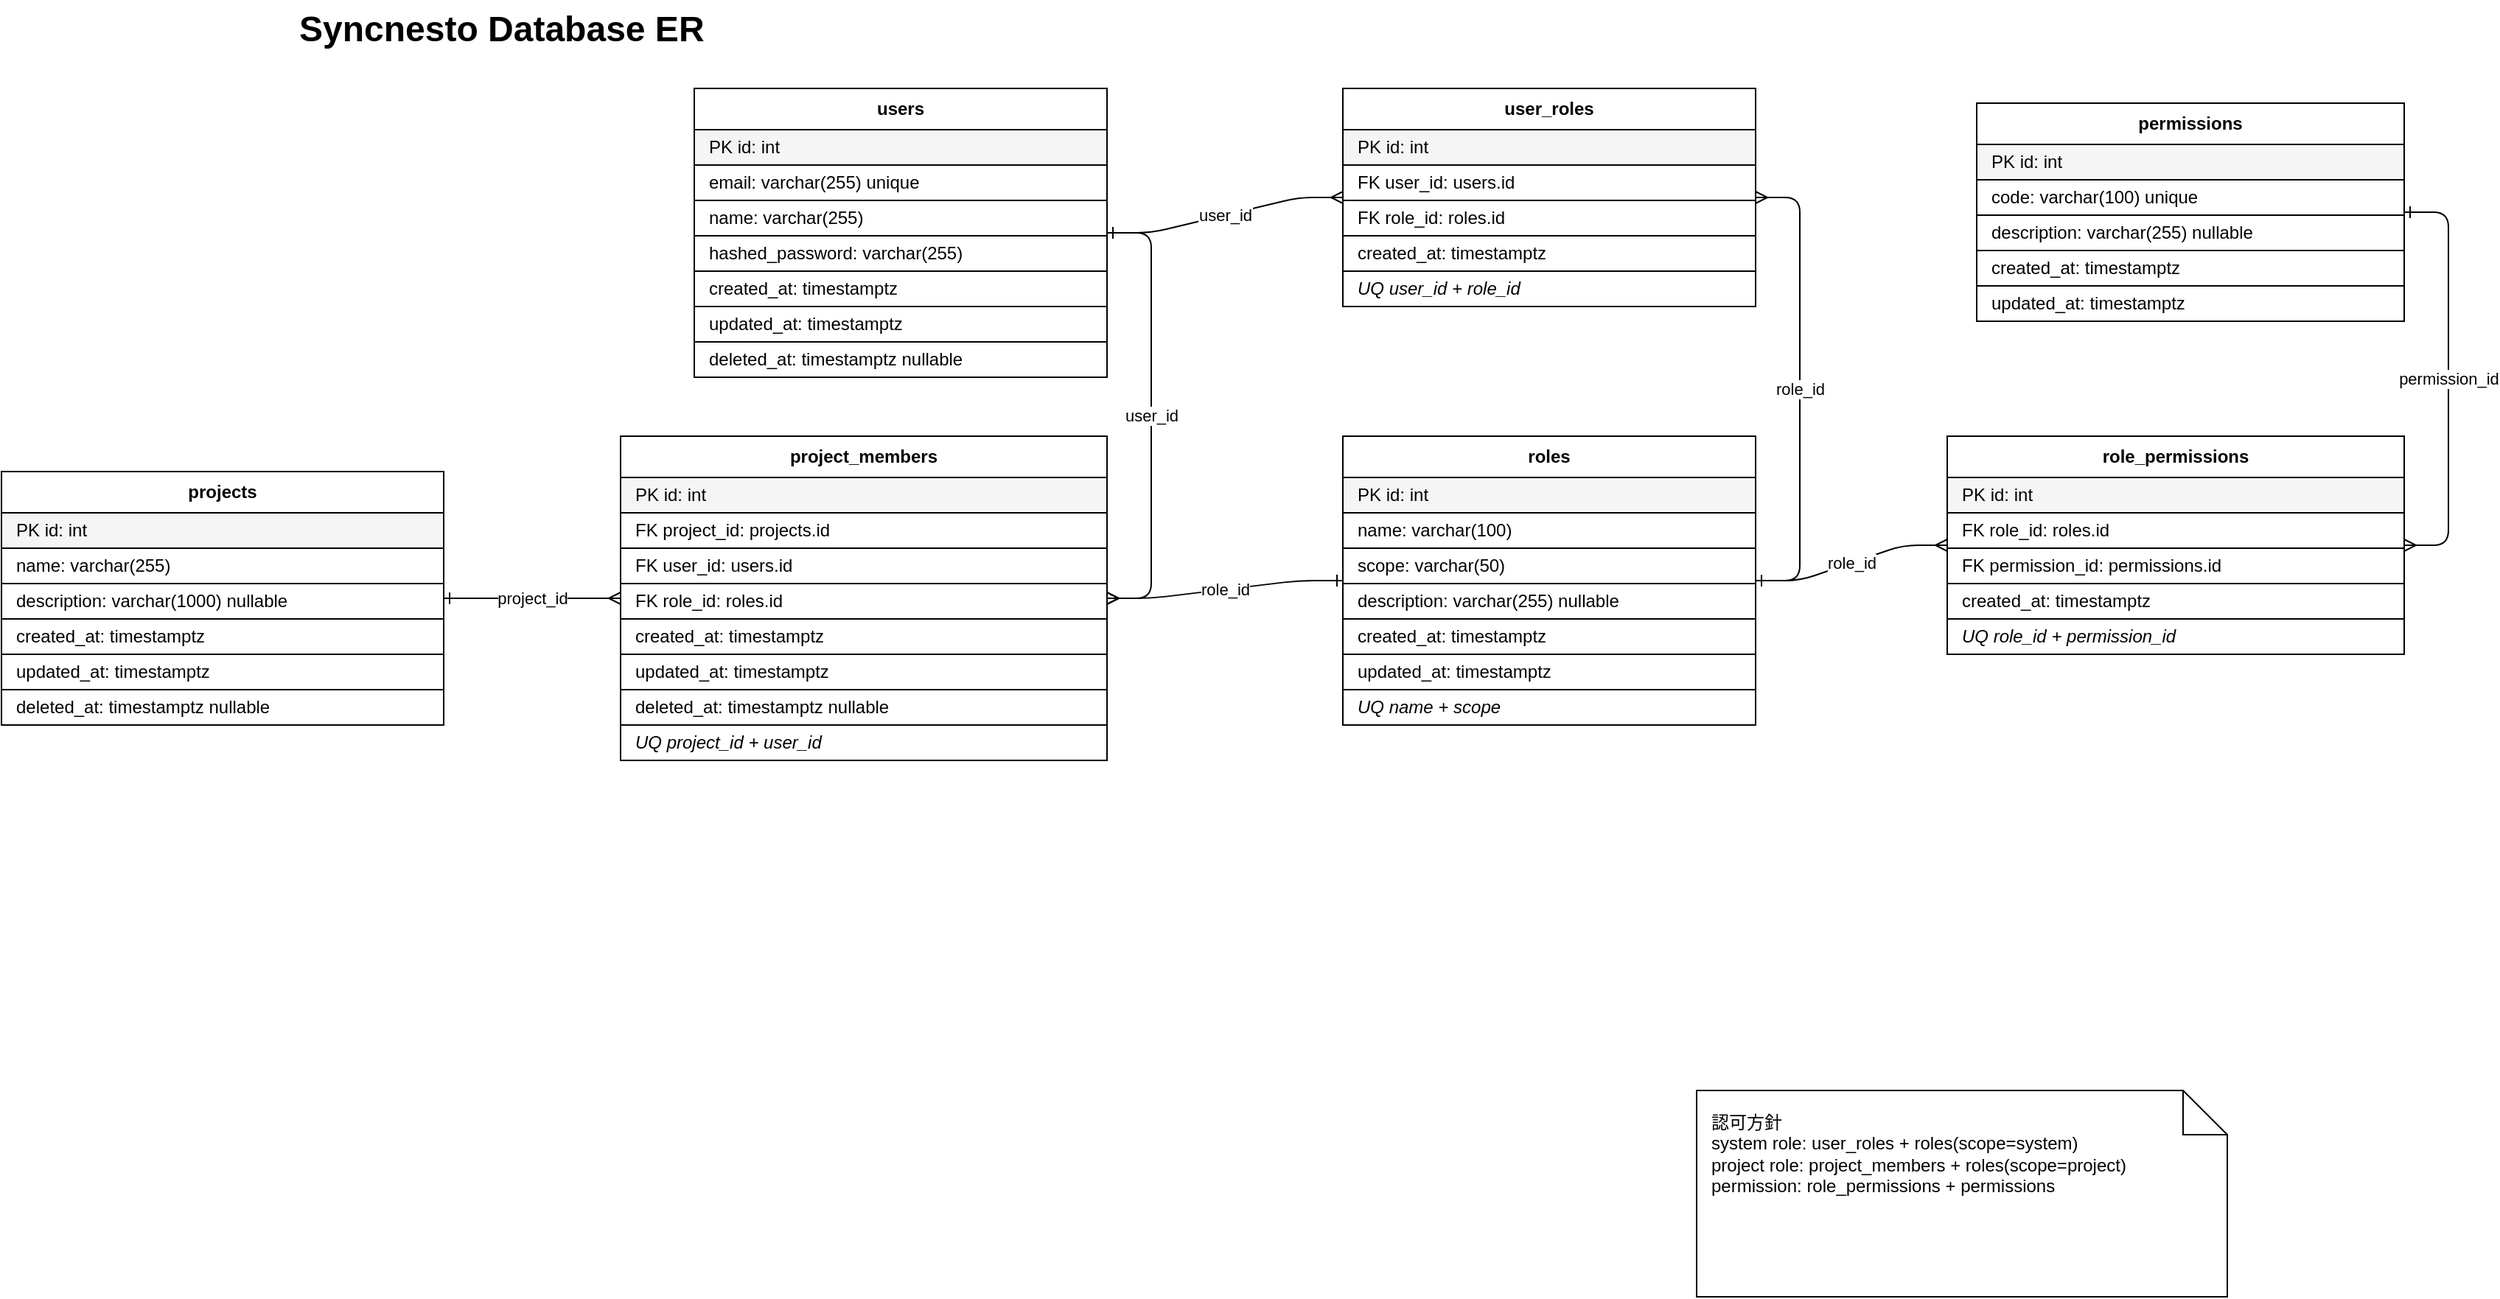
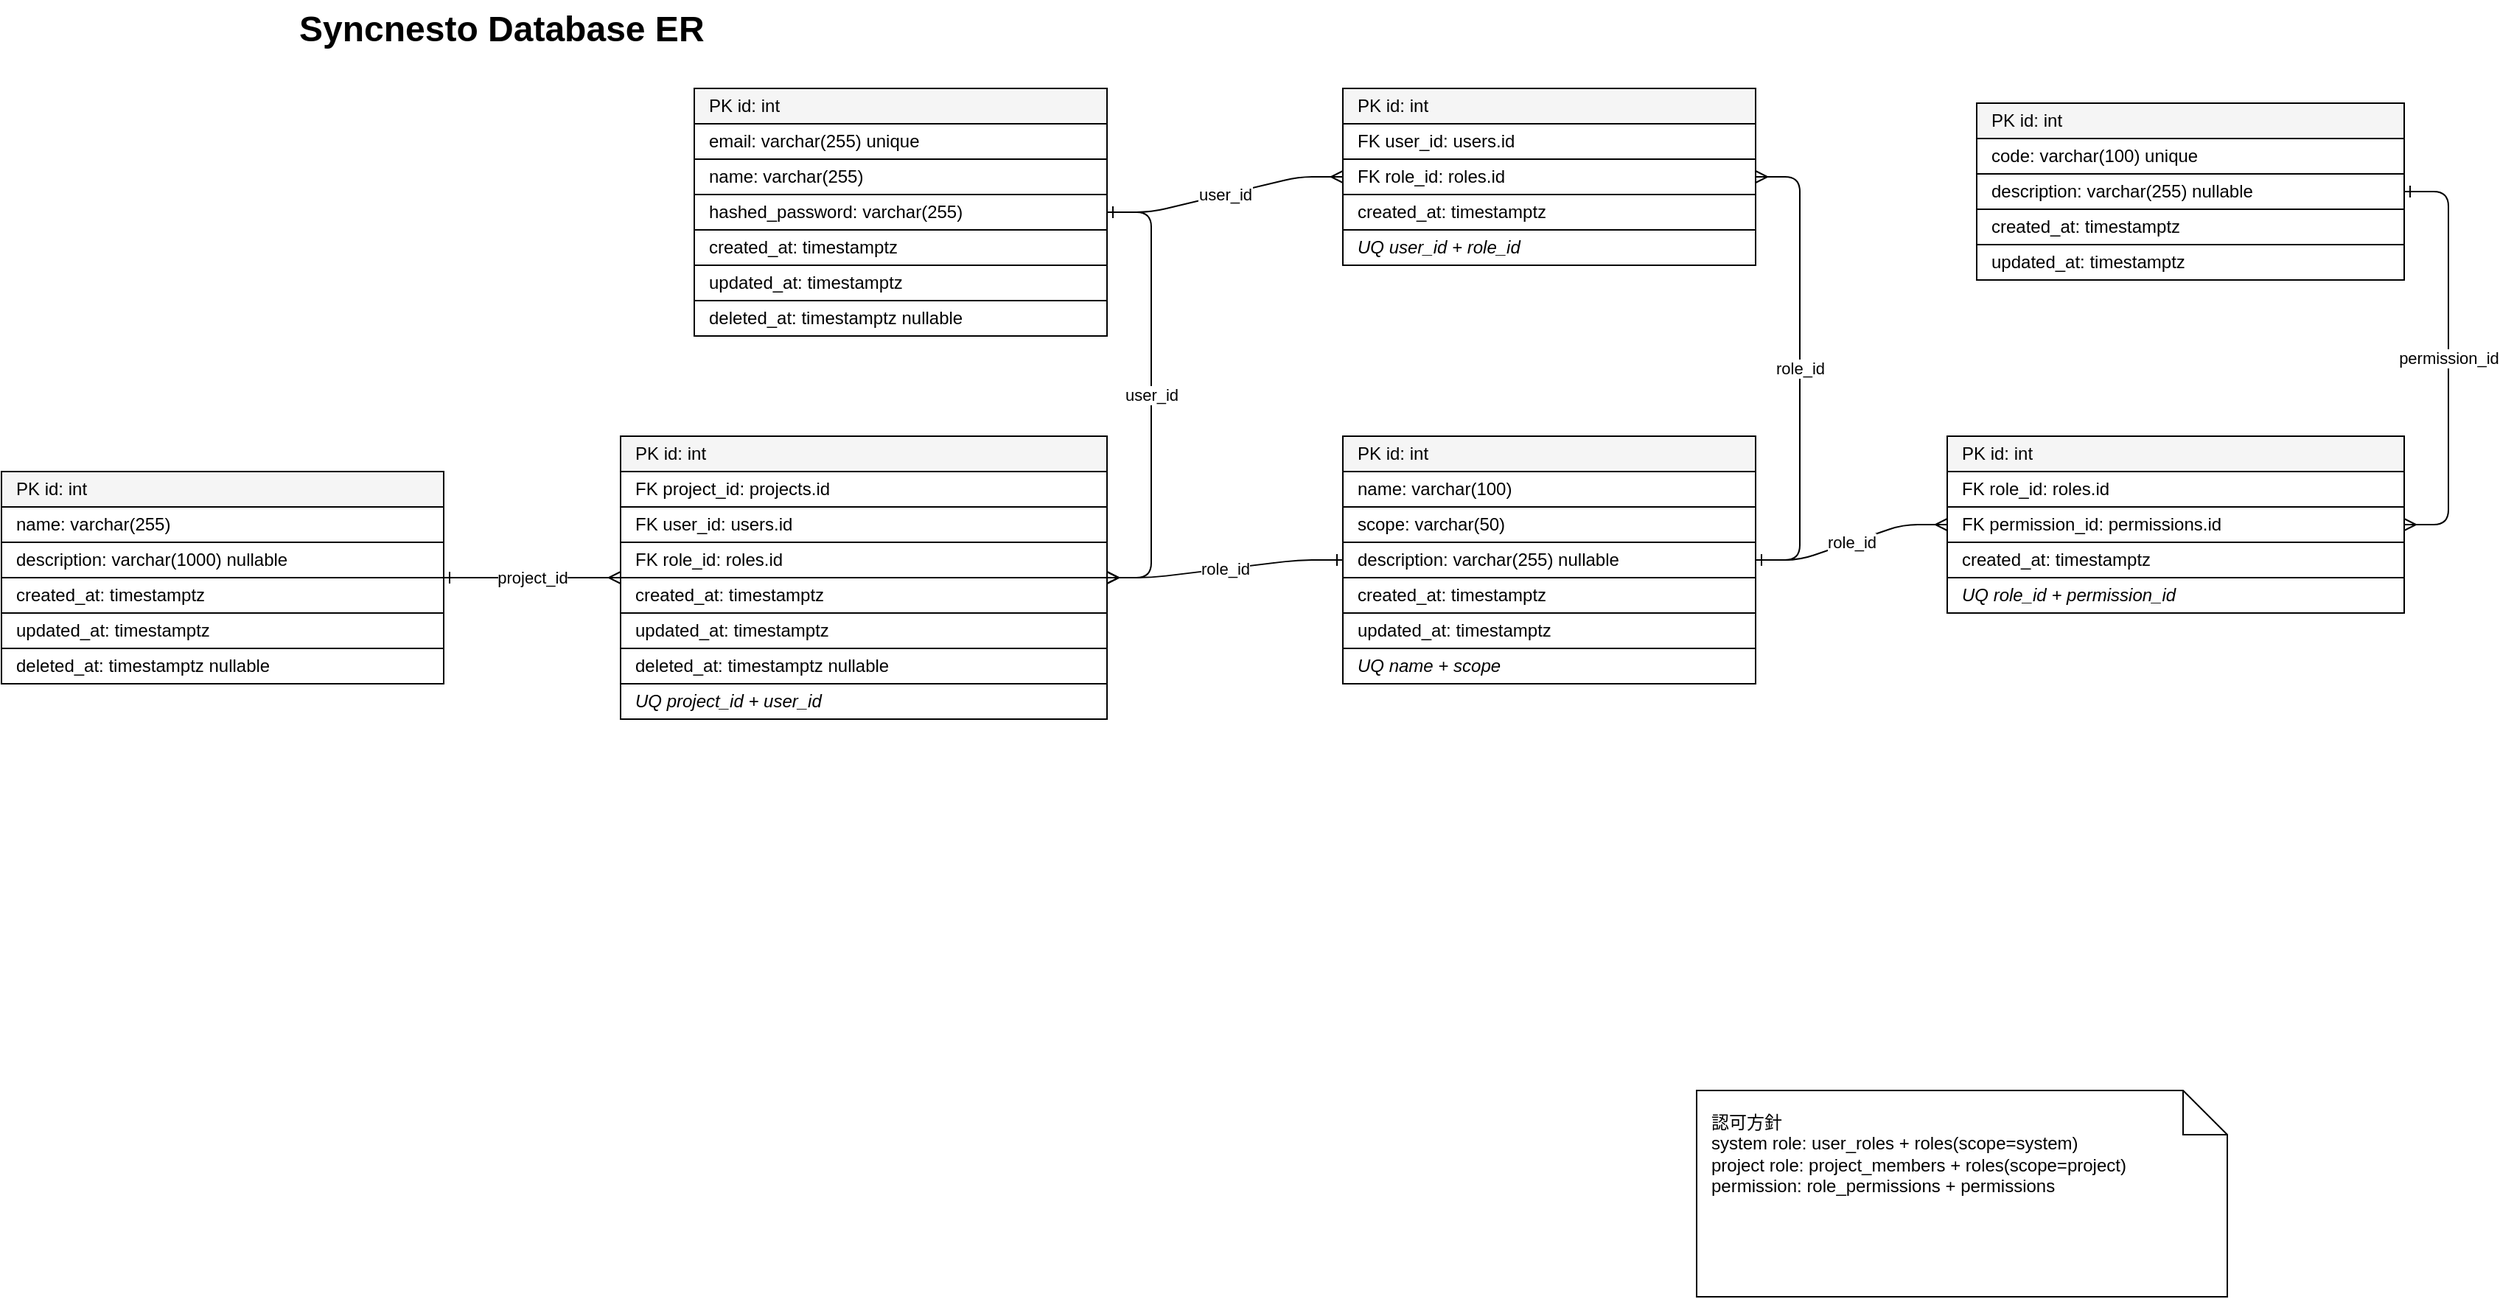
<mxfile host="Electron" agent="Codex">
  <diagram id="syncnesto-database-er" name="Syncnesto Database ER">
-     <mxGraphModel dx="2830" dy="739" grid="1" gridSize="10" guides="1" tooltips="1" connect="1" arrows="1" fold="1" page="1" pageScale="1" pageWidth="1600" pageHeight="1000" math="0" shadow="0" adaptiveColors="auto">
+     <mxGraphModel dx="4428" dy="1700" grid="1" gridSize="10" guides="1" tooltips="1" connect="1" arrows="1" fold="1" page="1" pageScale="1" pageWidth="1600" pageHeight="1000" math="0" shadow="0" adaptiveColors="auto">
      <root>
        <mxCell id="0" />
        <mxCell id="1" parent="0" />
        <mxCell id="title" parent="1" style="text;html=1;strokeColor=none;fillColor=none;align=left;verticalAlign=middle;whiteSpace=wrap;rounded=0;fontSize=24;fontStyle=1;fontColor=#000000;" value="Syncnesto Database ER" vertex="1">
          <mxGeometry height="40" width="360" x="40" y="20" as="geometry" />
        </mxCell>
        <mxCell id="users" parent="1" style="swimlane;fontStyle=1;align=center;childLayout=stackLayout;horizontal=1;startSize=28;horizontalStack=0;resizeParent=1;resizeParentMax=0;resizeLast=0;collapsible=1;marginBottom=0;whiteSpace=wrap;html=1;rounded=0;fillColor=#ffffff;strokeColor=#000000;fontColor=#000000;" value="users" vertex="1">
-           <mxGeometry height="196" width="280" x="310" y="80" as="geometry" />
+           <mxGeometry height="168" width="280" x="310" y="80" as="geometry" />
        </mxCell>
        <mxCell id="users_id" parent="users" style="text;strokeColor=#000000;fillColor=#f5f5f5;align=left;verticalAlign=middle;spacingLeft=8;whiteSpace=wrap;html=1;resizable=0;" value="PK id: int" vertex="1">
-           <mxGeometry height="24" width="280" y="28" as="geometry" />
+           <mxGeometry height="24" width="280" as="geometry" />
        </mxCell>
        <mxCell id="users_email" parent="users" style="text;strokeColor=#000000;fillColor=#ffffff;align=left;verticalAlign=middle;spacingLeft=8;whiteSpace=wrap;html=1;resizable=0;" value="email: varchar(255) unique" vertex="1">
-           <mxGeometry height="24" width="280" y="52" as="geometry" />
+           <mxGeometry height="24" width="280" y="24" as="geometry" />
        </mxCell>
        <mxCell id="users_name" parent="users" style="text;strokeColor=#000000;fillColor=#ffffff;align=left;verticalAlign=middle;spacingLeft=8;whiteSpace=wrap;html=1;resizable=0;" value="name: varchar(255)" vertex="1">
-           <mxGeometry height="24" width="280" y="76" as="geometry" />
+           <mxGeometry height="24" width="280" y="48" as="geometry" />
        </mxCell>
        <mxCell id="users_hashed_password" parent="users" style="text;strokeColor=#000000;fillColor=#ffffff;align=left;verticalAlign=middle;spacingLeft=8;whiteSpace=wrap;html=1;resizable=0;" value="hashed_password: varchar(255)" vertex="1">
-           <mxGeometry height="24" width="280" y="100" as="geometry" />
+           <mxGeometry height="24" width="280" y="72" as="geometry" />
        </mxCell>
        <mxCell id="users_created_at" parent="users" style="text;strokeColor=#000000;fillColor=#ffffff;align=left;verticalAlign=middle;spacingLeft=8;whiteSpace=wrap;html=1;resizable=0;" value="created_at: timestamptz" vertex="1">
-           <mxGeometry height="24" width="280" y="124" as="geometry" />
+           <mxGeometry height="24" width="280" y="96" as="geometry" />
        </mxCell>
        <mxCell id="users_updated_at" parent="users" style="text;strokeColor=#000000;fillColor=#ffffff;align=left;verticalAlign=middle;spacingLeft=8;whiteSpace=wrap;html=1;resizable=0;" value="updated_at: timestamptz" vertex="1">
-           <mxGeometry height="24" width="280" y="148" as="geometry" />
+           <mxGeometry height="24" width="280" y="120" as="geometry" />
        </mxCell>
        <mxCell id="users_deleted_at" parent="users" style="text;strokeColor=#000000;fillColor=#ffffff;align=left;verticalAlign=middle;spacingLeft=8;whiteSpace=wrap;html=1;resizable=0;" value="deleted_at: timestamptz nullable" vertex="1">
-           <mxGeometry height="24" width="280" y="172" as="geometry" />
+           <mxGeometry height="24" width="280" y="144" as="geometry" />
        </mxCell>
        <mxCell id="roles" parent="1" style="swimlane;fontStyle=1;align=center;childLayout=stackLayout;horizontal=1;startSize=28;horizontalStack=0;resizeParent=1;resizeParentMax=0;resizeLast=0;collapsible=1;marginBottom=0;whiteSpace=wrap;html=1;rounded=0;fillColor=#ffffff;strokeColor=#000000;fontColor=#000000;" value="roles" vertex="1">
-           <mxGeometry height="196" width="280" x="750" y="316" as="geometry" />
+           <mxGeometry height="168" width="280" x="750" y="316" as="geometry" />
        </mxCell>
        <mxCell id="roles_id" parent="roles" style="text;strokeColor=#000000;fillColor=#f5f5f5;align=left;verticalAlign=middle;spacingLeft=8;whiteSpace=wrap;html=1;resizable=0;" value="PK id: int" vertex="1">
-           <mxGeometry height="24" width="280" y="28" as="geometry" />
+           <mxGeometry height="24" width="280" as="geometry" />
        </mxCell>
        <mxCell id="roles_name" parent="roles" style="text;strokeColor=#000000;fillColor=#ffffff;align=left;verticalAlign=middle;spacingLeft=8;whiteSpace=wrap;html=1;resizable=0;" value="name: varchar(100)" vertex="1">
-           <mxGeometry height="24" width="280" y="52" as="geometry" />
+           <mxGeometry height="24" width="280" y="24" as="geometry" />
        </mxCell>
        <mxCell id="roles_scope" parent="roles" style="text;strokeColor=#000000;fillColor=#ffffff;align=left;verticalAlign=middle;spacingLeft=8;whiteSpace=wrap;html=1;resizable=0;" value="scope: varchar(50)" vertex="1">
-           <mxGeometry height="24" width="280" y="76" as="geometry" />
+           <mxGeometry height="24" width="280" y="48" as="geometry" />
        </mxCell>
        <mxCell id="roles_description" parent="roles" style="text;strokeColor=#000000;fillColor=#ffffff;align=left;verticalAlign=middle;spacingLeft=8;whiteSpace=wrap;html=1;resizable=0;" value="description: varchar(255) nullable" vertex="1">
-           <mxGeometry height="24" width="280" y="100" as="geometry" />
+           <mxGeometry height="24" width="280" y="72" as="geometry" />
        </mxCell>
        <mxCell id="roles_created_at" parent="roles" style="text;strokeColor=#000000;fillColor=#ffffff;align=left;verticalAlign=middle;spacingLeft=8;whiteSpace=wrap;html=1;resizable=0;" value="created_at: timestamptz" vertex="1">
-           <mxGeometry height="24" width="280" y="124" as="geometry" />
+           <mxGeometry height="24" width="280" y="96" as="geometry" />
        </mxCell>
        <mxCell id="roles_updated_at" parent="roles" style="text;strokeColor=#000000;fillColor=#ffffff;align=left;verticalAlign=middle;spacingLeft=8;whiteSpace=wrap;html=1;resizable=0;" value="updated_at: timestamptz" vertex="1">
-           <mxGeometry height="24" width="280" y="148" as="geometry" />
+           <mxGeometry height="24" width="280" y="120" as="geometry" />
        </mxCell>
        <mxCell id="roles_uq" parent="roles" style="text;strokeColor=#000000;fillColor=#ffffff;align=left;verticalAlign=middle;spacingLeft=8;whiteSpace=wrap;html=1;resizable=0;fontStyle=2;" value="UQ name + scope" vertex="1">
-           <mxGeometry height="24" width="280" y="172" as="geometry" />
+           <mxGeometry height="24" width="280" y="144" as="geometry" />
        </mxCell>
        <mxCell id="permissions" parent="1" style="swimlane;fontStyle=1;align=center;childLayout=stackLayout;horizontal=1;startSize=28;horizontalStack=0;resizeParent=1;resizeParentMax=0;resizeLast=0;collapsible=1;marginBottom=0;whiteSpace=wrap;html=1;rounded=0;fillColor=#ffffff;strokeColor=#000000;fontColor=#000000;" value="permissions" vertex="1">
-           <mxGeometry height="148" width="290" x="1180" y="90" as="geometry" />
+           <mxGeometry height="120" width="290" x="1180" y="90" as="geometry" />
        </mxCell>
        <mxCell id="permissions_id" parent="permissions" style="text;strokeColor=#000000;fillColor=#f5f5f5;align=left;verticalAlign=middle;spacingLeft=8;whiteSpace=wrap;html=1;resizable=0;" value="PK id: int" vertex="1">
-           <mxGeometry height="24" width="290" y="28" as="geometry" />
+           <mxGeometry height="24" width="290" as="geometry" />
        </mxCell>
        <mxCell id="permissions_code" parent="permissions" style="text;strokeColor=#000000;fillColor=#ffffff;align=left;verticalAlign=middle;spacingLeft=8;whiteSpace=wrap;html=1;resizable=0;" value="code: varchar(100) unique" vertex="1">
-           <mxGeometry height="24" width="290" y="52" as="geometry" />
+           <mxGeometry height="24" width="290" y="24" as="geometry" />
        </mxCell>
        <mxCell id="permissions_description" parent="permissions" style="text;strokeColor=#000000;fillColor=#ffffff;align=left;verticalAlign=middle;spacingLeft=8;whiteSpace=wrap;html=1;resizable=0;" value="description: varchar(255) nullable" vertex="1">
-           <mxGeometry height="24" width="290" y="76" as="geometry" />
+           <mxGeometry height="24" width="290" y="48" as="geometry" />
        </mxCell>
        <mxCell id="permissions_created_at" parent="permissions" style="text;strokeColor=#000000;fillColor=#ffffff;align=left;verticalAlign=middle;spacingLeft=8;whiteSpace=wrap;html=1;resizable=0;" value="created_at: timestamptz" vertex="1">
-           <mxGeometry height="24" width="290" y="100" as="geometry" />
+           <mxGeometry height="24" width="290" y="72" as="geometry" />
        </mxCell>
        <mxCell id="permissions_updated_at" parent="permissions" style="text;strokeColor=#000000;fillColor=#ffffff;align=left;verticalAlign=middle;spacingLeft=8;whiteSpace=wrap;html=1;resizable=0;" value="updated_at: timestamptz" vertex="1">
-           <mxGeometry height="24" width="290" y="124" as="geometry" />
+           <mxGeometry height="24" width="290" y="96" as="geometry" />
        </mxCell>
        <mxCell id="user_roles" parent="1" style="swimlane;fontStyle=1;align=center;childLayout=stackLayout;horizontal=1;startSize=28;horizontalStack=0;resizeParent=1;resizeParentMax=0;resizeLast=0;collapsible=1;marginBottom=0;whiteSpace=wrap;html=1;rounded=0;fillColor=#ffffff;strokeColor=#000000;fontColor=#000000;" value="user_roles" vertex="1">
-           <mxGeometry height="148" width="280" x="750" y="80" as="geometry" />
+           <mxGeometry height="120" width="280" x="750" y="80" as="geometry" />
        </mxCell>
        <mxCell id="user_roles_id" parent="user_roles" style="text;strokeColor=#000000;fillColor=#f5f5f5;align=left;verticalAlign=middle;spacingLeft=8;whiteSpace=wrap;html=1;resizable=0;" value="PK id: int" vertex="1">
-           <mxGeometry height="24" width="280" y="28" as="geometry" />
+           <mxGeometry height="24" width="280" as="geometry" />
        </mxCell>
        <mxCell id="user_roles_user_id" parent="user_roles" style="text;strokeColor=#000000;fillColor=#ffffff;align=left;verticalAlign=middle;spacingLeft=8;whiteSpace=wrap;html=1;resizable=0;" value="FK user_id: users.id" vertex="1">
-           <mxGeometry height="24" width="280" y="52" as="geometry" />
+           <mxGeometry height="24" width="280" y="24" as="geometry" />
        </mxCell>
        <mxCell id="user_roles_role_id" parent="user_roles" style="text;strokeColor=#000000;fillColor=#ffffff;align=left;verticalAlign=middle;spacingLeft=8;whiteSpace=wrap;html=1;resizable=0;" value="FK role_id: roles.id" vertex="1">
-           <mxGeometry height="24" width="280" y="76" as="geometry" />
+           <mxGeometry height="24" width="280" y="48" as="geometry" />
        </mxCell>
        <mxCell id="user_roles_created_at" parent="user_roles" style="text;strokeColor=#000000;fillColor=#ffffff;align=left;verticalAlign=middle;spacingLeft=8;whiteSpace=wrap;html=1;resizable=0;" value="created_at: timestamptz" vertex="1">
-           <mxGeometry height="24" width="280" y="100" as="geometry" />
+           <mxGeometry height="24" width="280" y="72" as="geometry" />
        </mxCell>
        <mxCell id="user_roles_uq" parent="user_roles" style="text;strokeColor=#000000;fillColor=#ffffff;align=left;verticalAlign=middle;spacingLeft=8;whiteSpace=wrap;html=1;resizable=0;fontStyle=2;" value="UQ user_id + role_id" vertex="1">
-           <mxGeometry height="24" width="280" y="124" as="geometry" />
+           <mxGeometry height="24" width="280" y="96" as="geometry" />
        </mxCell>
        <mxCell id="role_permissions" parent="1" style="swimlane;fontStyle=1;align=center;childLayout=stackLayout;horizontal=1;startSize=28;horizontalStack=0;resizeParent=1;resizeParentMax=0;resizeLast=0;collapsible=1;marginBottom=0;whiteSpace=wrap;html=1;rounded=0;fillColor=#ffffff;strokeColor=#000000;fontColor=#000000;" value="role_permissions" vertex="1">
-           <mxGeometry height="148" width="310" x="1160" y="316" as="geometry" />
+           <mxGeometry height="120" width="310" x="1160" y="316" as="geometry" />
        </mxCell>
        <mxCell id="role_permissions_id" parent="role_permissions" style="text;strokeColor=#000000;fillColor=#f5f5f5;align=left;verticalAlign=middle;spacingLeft=8;whiteSpace=wrap;html=1;resizable=0;" value="PK id: int" vertex="1">
-           <mxGeometry height="24" width="310" y="28" as="geometry" />
+           <mxGeometry height="24" width="310" as="geometry" />
        </mxCell>
        <mxCell id="role_permissions_role_id" parent="role_permissions" style="text;strokeColor=#000000;fillColor=#ffffff;align=left;verticalAlign=middle;spacingLeft=8;whiteSpace=wrap;html=1;resizable=0;" value="FK role_id: roles.id" vertex="1">
-           <mxGeometry height="24" width="310" y="52" as="geometry" />
+           <mxGeometry height="24" width="310" y="24" as="geometry" />
        </mxCell>
        <mxCell id="role_permissions_permission_id" parent="role_permissions" style="text;strokeColor=#000000;fillColor=#ffffff;align=left;verticalAlign=middle;spacingLeft=8;whiteSpace=wrap;html=1;resizable=0;" value="FK permission_id: permissions.id" vertex="1">
-           <mxGeometry height="24" width="310" y="76" as="geometry" />
+           <mxGeometry height="24" width="310" y="48" as="geometry" />
        </mxCell>
        <mxCell id="role_permissions_created_at" parent="role_permissions" style="text;strokeColor=#000000;fillColor=#ffffff;align=left;verticalAlign=middle;spacingLeft=8;whiteSpace=wrap;html=1;resizable=0;" value="created_at: timestamptz" vertex="1">
-           <mxGeometry height="24" width="310" y="100" as="geometry" />
+           <mxGeometry height="24" width="310" y="72" as="geometry" />
        </mxCell>
        <mxCell id="role_permissions_uq" parent="role_permissions" style="text;strokeColor=#000000;fillColor=#ffffff;align=left;verticalAlign=middle;spacingLeft=8;whiteSpace=wrap;html=1;resizable=0;fontStyle=2;" value="UQ role_id + permission_id" vertex="1">
-           <mxGeometry height="24" width="310" y="124" as="geometry" />
+           <mxGeometry height="24" width="310" y="96" as="geometry" />
        </mxCell>
        <mxCell id="projects" parent="1" style="swimlane;fontStyle=1;align=center;childLayout=stackLayout;horizontal=1;startSize=28;horizontalStack=0;resizeParent=1;resizeParentMax=0;resizeLast=0;collapsible=1;marginBottom=0;whiteSpace=wrap;html=1;rounded=0;fillColor=#ffffff;strokeColor=#000000;fontColor=#000000;" value="projects" vertex="1">
-           <mxGeometry height="172" width="300" x="-160" y="340" as="geometry" />
+           <mxGeometry height="144" width="300" x="-160" y="340" as="geometry" />
        </mxCell>
        <mxCell id="projects_id" parent="projects" style="text;strokeColor=#000000;fillColor=#f5f5f5;align=left;verticalAlign=middle;spacingLeft=8;whiteSpace=wrap;html=1;resizable=0;" value="PK id: int" vertex="1">
-           <mxGeometry height="24" width="300" y="28" as="geometry" />
+           <mxGeometry height="24" width="300" as="geometry" />
        </mxCell>
        <mxCell id="projects_name" parent="projects" style="text;strokeColor=#000000;fillColor=#ffffff;align=left;verticalAlign=middle;spacingLeft=8;whiteSpace=wrap;html=1;resizable=0;" value="name: varchar(255)" vertex="1">
-           <mxGeometry height="24" width="300" y="52" as="geometry" />
+           <mxGeometry height="24" width="300" y="24" as="geometry" />
        </mxCell>
        <mxCell id="projects_description" parent="projects" style="text;strokeColor=#000000;fillColor=#ffffff;align=left;verticalAlign=middle;spacingLeft=8;whiteSpace=wrap;html=1;resizable=0;" value="description: varchar(1000) nullable" vertex="1">
-           <mxGeometry height="24" width="300" y="76" as="geometry" />
+           <mxGeometry height="24" width="300" y="48" as="geometry" />
        </mxCell>
        <mxCell id="projects_created_at" parent="projects" style="text;strokeColor=#000000;fillColor=#ffffff;align=left;verticalAlign=middle;spacingLeft=8;whiteSpace=wrap;html=1;resizable=0;" value="created_at: timestamptz" vertex="1">
-           <mxGeometry height="24" width="300" y="100" as="geometry" />
+           <mxGeometry height="24" width="300" y="72" as="geometry" />
        </mxCell>
        <mxCell id="projects_updated_at" parent="projects" style="text;strokeColor=#000000;fillColor=#ffffff;align=left;verticalAlign=middle;spacingLeft=8;whiteSpace=wrap;html=1;resizable=0;" value="updated_at: timestamptz" vertex="1">
-           <mxGeometry height="24" width="300" y="124" as="geometry" />
+           <mxGeometry height="24" width="300" y="96" as="geometry" />
        </mxCell>
        <mxCell id="projects_deleted_at" parent="projects" style="text;strokeColor=#000000;fillColor=#ffffff;align=left;verticalAlign=middle;spacingLeft=8;whiteSpace=wrap;html=1;resizable=0;" value="deleted_at: timestamptz nullable" vertex="1">
-           <mxGeometry height="24" width="300" y="148" as="geometry" />
+           <mxGeometry height="24" width="300" y="120" as="geometry" />
        </mxCell>
        <mxCell id="project_members" parent="1" style="swimlane;fontStyle=1;align=center;childLayout=stackLayout;horizontal=1;startSize=28;horizontalStack=0;resizeParent=1;resizeParentMax=0;resizeLast=0;collapsible=1;marginBottom=0;whiteSpace=wrap;html=1;rounded=0;fillColor=#ffffff;strokeColor=#000000;fontColor=#000000;" value="project_members" vertex="1">
-           <mxGeometry height="220" width="330" x="260" y="316" as="geometry" />
+           <mxGeometry height="192" width="330" x="260" y="316" as="geometry" />
        </mxCell>
        <mxCell id="project_members_id" parent="project_members" style="text;strokeColor=#000000;fillColor=#f5f5f5;align=left;verticalAlign=middle;spacingLeft=8;whiteSpace=wrap;html=1;resizable=0;" value="PK id: int" vertex="1">
-           <mxGeometry height="24" width="330" y="28" as="geometry" />
+           <mxGeometry height="24" width="330" as="geometry" />
        </mxCell>
        <mxCell id="project_members_project_id" parent="project_members" style="text;strokeColor=#000000;fillColor=#ffffff;align=left;verticalAlign=middle;spacingLeft=8;whiteSpace=wrap;html=1;resizable=0;" value="FK project_id: projects.id" vertex="1">
-           <mxGeometry height="24" width="330" y="52" as="geometry" />
+           <mxGeometry height="24" width="330" y="24" as="geometry" />
        </mxCell>
        <mxCell id="project_members_user_id" parent="project_members" style="text;strokeColor=#000000;fillColor=#ffffff;align=left;verticalAlign=middle;spacingLeft=8;whiteSpace=wrap;html=1;resizable=0;" value="FK user_id: users.id" vertex="1">
-           <mxGeometry height="24" width="330" y="76" as="geometry" />
+           <mxGeometry height="24" width="330" y="48" as="geometry" />
        </mxCell>
        <mxCell id="project_members_role_id" parent="project_members" style="text;strokeColor=#000000;fillColor=#ffffff;align=left;verticalAlign=middle;spacingLeft=8;whiteSpace=wrap;html=1;resizable=0;" value="FK role_id: roles.id" vertex="1">
-           <mxGeometry height="24" width="330" y="100" as="geometry" />
+           <mxGeometry height="24" width="330" y="72" as="geometry" />
        </mxCell>
        <mxCell id="project_members_created_at" parent="project_members" style="text;strokeColor=#000000;fillColor=#ffffff;align=left;verticalAlign=middle;spacingLeft=8;whiteSpace=wrap;html=1;resizable=0;" value="created_at: timestamptz" vertex="1">
-           <mxGeometry height="24" width="330" y="124" as="geometry" />
+           <mxGeometry height="24" width="330" y="96" as="geometry" />
        </mxCell>
        <mxCell id="project_members_updated_at" parent="project_members" style="text;strokeColor=#000000;fillColor=#ffffff;align=left;verticalAlign=middle;spacingLeft=8;whiteSpace=wrap;html=1;resizable=0;" value="updated_at: timestamptz" vertex="1">
-           <mxGeometry height="24" width="330" y="148" as="geometry" />
+           <mxGeometry height="24" width="330" y="120" as="geometry" />
        </mxCell>
        <mxCell id="project_members_deleted_at" parent="project_members" style="text;strokeColor=#000000;fillColor=#ffffff;align=left;verticalAlign=middle;spacingLeft=8;whiteSpace=wrap;html=1;resizable=0;" value="deleted_at: timestamptz nullable" vertex="1">
-           <mxGeometry height="24" width="330" y="172" as="geometry" />
+           <mxGeometry height="24" width="330" y="144" as="geometry" />
        </mxCell>
        <mxCell id="project_members_uq" parent="project_members" style="text;strokeColor=#000000;fillColor=#ffffff;align=left;verticalAlign=middle;spacingLeft=8;whiteSpace=wrap;html=1;resizable=0;fontStyle=2;" value="UQ project_id + user_id" vertex="1">
-           <mxGeometry height="24" width="330" y="196" as="geometry" />
+           <mxGeometry height="24" width="330" y="168" as="geometry" />
        </mxCell>
        <mxCell id="note" parent="1" style="shape=note;whiteSpace=wrap;html=1;align=left;verticalAlign=top;spacing=10;fillColor=#ffffff;strokeColor=#000000;fontColor=#000000;" value="認可方針&lt;br&gt;system role: user_roles + roles(scope=system)&lt;br&gt;project role: project_members + roles(scope=project)&lt;br&gt;permission: role_permissions + permissions" vertex="1">
          <mxGeometry height="140" width="360" x="990" y="760" as="geometry" />
        </mxCell>
        <mxCell id="e_user_roles_users" edge="1" parent="1" source="user_roles" style="edgeStyle=entityRelationEdgeStyle;html=1;rounded=1;endArrow=ERone;startArrow=ERmany;strokeColor=#000000;" target="users" value="user_id">
          <mxGeometry relative="1" as="geometry" />
        </mxCell>
        <mxCell id="e_user_roles_roles" edge="1" parent="1" source="user_roles" style="edgeStyle=entityRelationEdgeStyle;html=1;rounded=1;endArrow=ERone;startArrow=ERmany;strokeColor=#000000;" target="roles" value="role_id">
          <mxGeometry relative="1" as="geometry" />
        </mxCell>
        <mxCell id="e_role_permissions_roles" edge="1" parent="1" source="role_permissions" style="edgeStyle=entityRelationEdgeStyle;html=1;rounded=1;endArrow=ERone;startArrow=ERmany;strokeColor=#000000;" target="roles" value="role_id">
          <mxGeometry relative="1" as="geometry" />
        </mxCell>
        <mxCell id="e_role_permissions_permissions" edge="1" parent="1" source="role_permissions" style="edgeStyle=entityRelationEdgeStyle;html=1;rounded=1;endArrow=ERone;startArrow=ERmany;strokeColor=#000000;" target="permissions" value="permission_id">
          <mxGeometry relative="1" as="geometry" />
        </mxCell>
        <mxCell id="e_project_members_projects" edge="1" parent="1" source="project_members" style="edgeStyle=entityRelationEdgeStyle;html=1;rounded=1;endArrow=ERone;startArrow=ERmany;strokeColor=#000000;" target="projects" value="project_id">
          <mxGeometry relative="1" as="geometry" />
        </mxCell>
        <mxCell id="e_project_members_users" edge="1" parent="1" source="project_members" style="edgeStyle=entityRelationEdgeStyle;html=1;rounded=1;endArrow=ERone;startArrow=ERmany;strokeColor=#000000;" target="users" value="user_id">
          <mxGeometry relative="1" as="geometry" />
        </mxCell>
        <mxCell id="e_project_members_roles" edge="1" parent="1" source="project_members" style="edgeStyle=entityRelationEdgeStyle;html=1;rounded=1;endArrow=ERone;startArrow=ERmany;strokeColor=#000000;" target="roles" value="role_id">
          <mxGeometry relative="1" as="geometry" />
        </mxCell>
      </root>
    </mxGraphModel>
  </diagram>
</mxfile>
